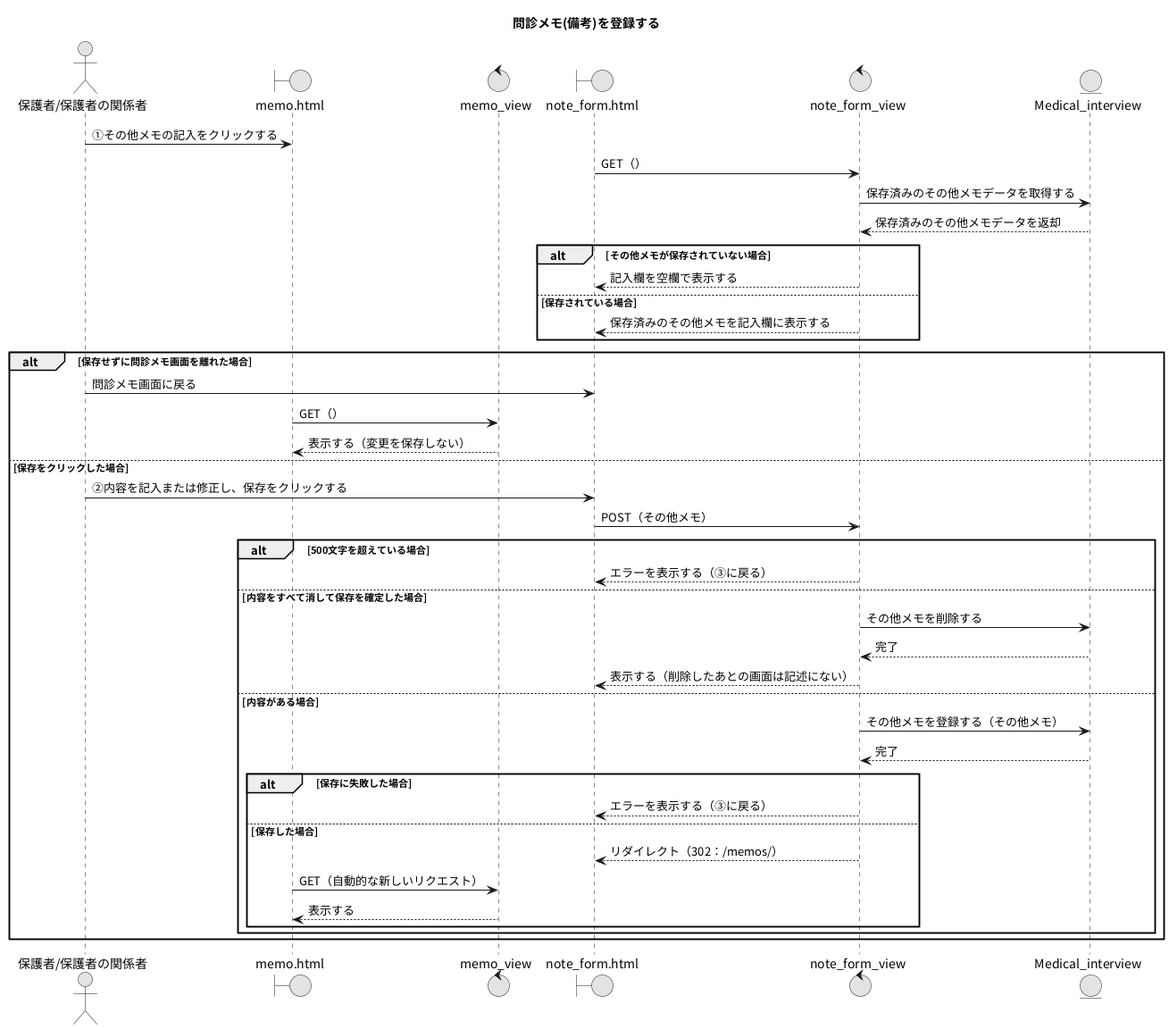
The PlantUML diagram PNG/19_問診メモ(備考)を登録する.png in Ma2naga190330/26_sotugyou_puml, before a commit.
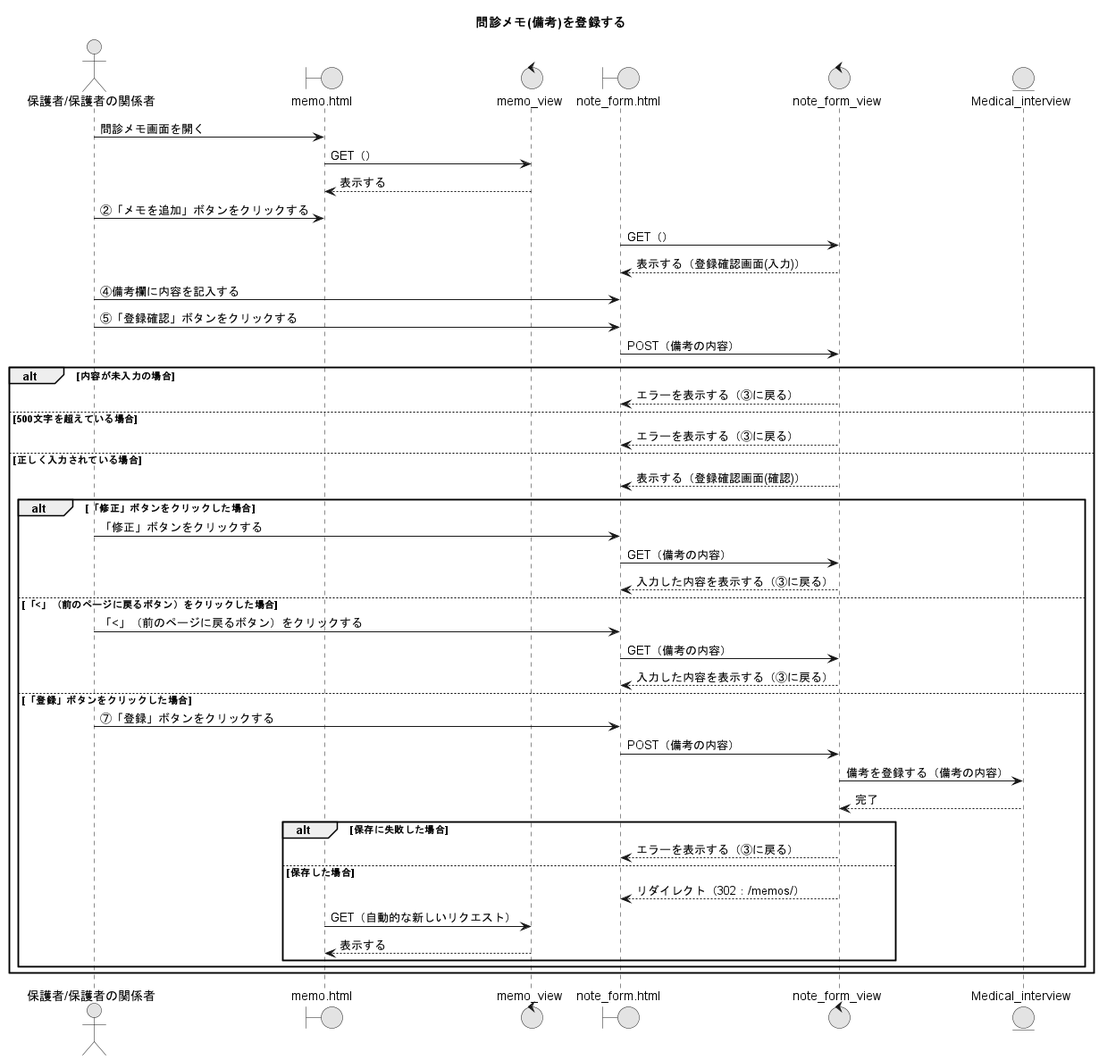
Above is the later version.

What changed in the source:
```diff
@@ -10,31 +10,35 @@
 control "note_form_view" as NFV
 entity "Medical_interview" as MIM
 
-A -> MP : ①その他メモの記入をクリックする
+A -> MP : 問診メモ画面を開く
+MP -> MV : GET（）
+MV --> MP : 表示する
+
+A -> MP : ②「メモを追加」ボタンをクリックする
 NFP -> NFV : GET（）
-NFV -> MIM : 保存済みのその他メモデータを取得する
-NFV <-- MIM : 保存済みのその他メモデータを返却
-alt その他メモが保存されていない場合
-  NFV --> NFP : 記入欄を空欄で表示する
-else 保存されている場合
-  NFV --> NFP : 保存済みのその他メモを記入欄に表示する
-end
+NFV --> NFP : 表示する（登録確認画面(入力)）
 
-alt 保存せずに問診メモ画面を離れた場合
-  A -> NFP : 問診メモ画面に戻る
-  MP -> MV : GET（）
-  MV --> MP : 表示する（変更を保存しない）
-else 保存をクリックした場合
-  A -> NFP : ②内容を記入または修正し、保存をクリックする
-  NFP -> NFV : POST（その他メモ）
-  alt 500文字を超えている場合
-    NFV --> NFP : エラーを表示する（③に戻る）
-  else 内容をすべて消して保存を確定した場合
-    NFV -> MIM : その他メモを削除する
-    NFV <-- MIM : 完了
-    NFV --> NFP : 表示する（削除したあとの画面は記述にない）
-  else 内容がある場合
-    NFV -> MIM : その他メモを登録する（その他メモ）
+A -> NFP : ④備考欄に内容を記入する
+A -> NFP : ⑤「登録確認」ボタンをクリックする
+NFP -> NFV : POST（備考の内容）
+alt 内容が未入力の場合
+  NFV --> NFP : エラーを表示する（③に戻る）
+else 500文字を超えている場合
+  NFV --> NFP : エラーを表示する（③に戻る）
+else 正しく入力されている場合
+  NFV --> NFP : 表示する（登録確認画面(確認)）
+  alt 「修正」ボタンをクリックした場合
+    A -> NFP : 「修正」ボタンをクリックする
+    NFP -> NFV : GET（備考の内容）
+    NFV --> NFP : 入力した内容を表示する（③に戻る）
+  else 「<」（前のページに戻るボタン）をクリックした場合
+    A -> NFP : 「<」（前のページに戻るボタン）をクリックする
+    NFP -> NFV : GET（備考の内容）
+    NFV --> NFP : 入力した内容を表示する（③に戻る）
+  else 「登録」ボタンをクリックした場合
+    A -> NFP : ⑦「登録」ボタンをクリックする
+    NFP -> NFV : POST（備考の内容）
+    NFV -> MIM : 備考を登録する（備考の内容）
     NFV <-- MIM : 完了
     alt 保存に失敗した場合
       NFV --> NFP : エラーを表示する（③に戻る）
```
